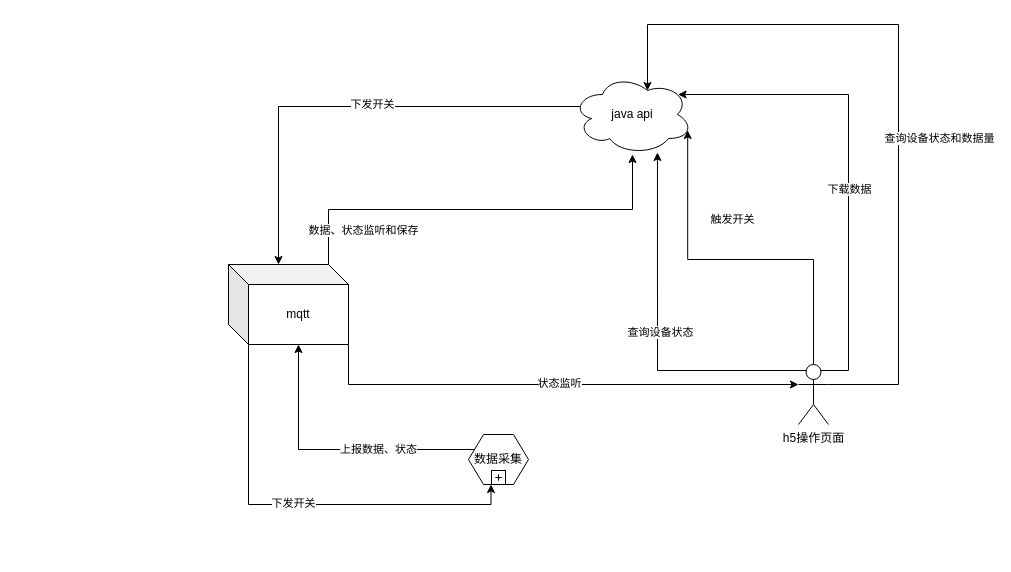
Above: Untitled Diagram.drawio in a83988029/data_collect_arch (draw.io), before the change. Source tidied: cells renumbered, new cells numbered last; positions are measured from the earlier drawing's top-left corner, leaving out a move shared by most shapes. Both pictures are drawn from the tidied source at 100%, with x=0, y=0 at pixel (228, 24).
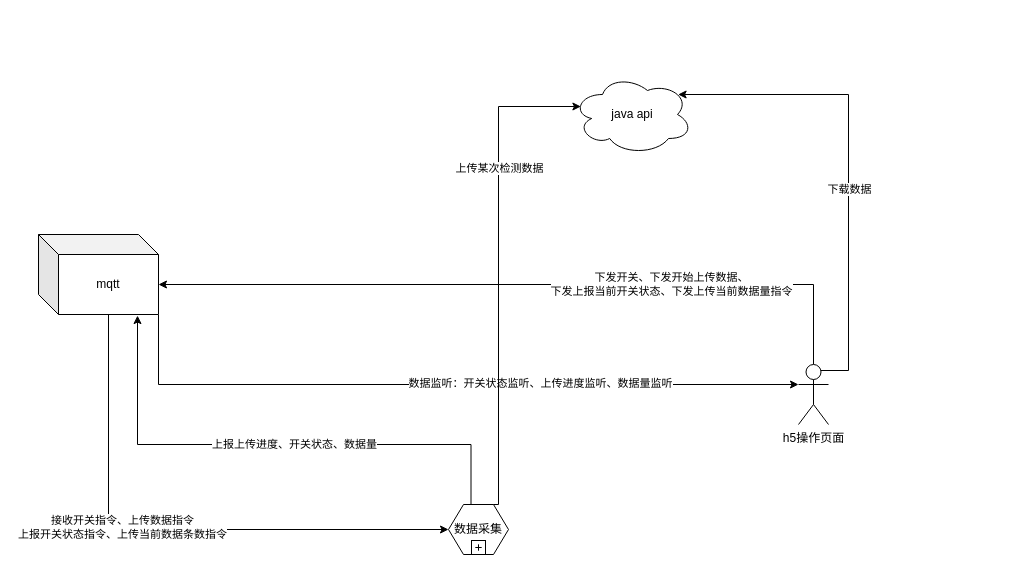
After the change.

The change refers to these unchanged cells:
```xml
<mxCell id="4" value="java api" style="ellipse;shape=cloud;whiteSpace=wrap;html=1;" parent="1" vertex="1">
  <mxGeometry x="344" y="50" width="120" height="80" as="geometry" />
</mxCell>
<mxCell id="20" value="h5操作页面" style="shape=umlActor;verticalLabelPosition=bottom;verticalAlign=top;html=1;outlineConnect=0;" parent="1" vertex="1">
  <mxGeometry x="570" y="340" width="30" height="60" as="geometry" />
</mxCell>
```

Change to the diagram source:
```diff
@@
-    <mxCell id="2" style="edgeStyle=orthogonalEdgeStyle;rounded=0;jettySize=auto;html=1;exitX=0.07;exitY=0.4;exitDx=0;exitDy=0;exitPerimeter=0;entryX=0;entryY=0;entryDx=50;entryDy=0;entryPerimeter=0;" parent="1" edge="1" source="4" target="11">
-      <mxGeometry relative="1" as="geometry" />
-    </mxCell>
-    <mxCell id="3" value="下发开关" style="edgeLabel;html=1;align=center;verticalAlign=middle;" parent="2" vertex="1">
-      <mxGeometry x="-0.09" y="-3" relative="1" as="geometry" />
-    </mxCell>
@@
-    <mxCell id="5" style="edgeStyle=orthogonalEdgeStyle;rounded=0;jettySize=auto;html=1;exitX=0;exitY=0;exitDx=100;exitDy=0;exitPerimeter=0;" parent="1" edge="1" source="11" target="4">
-      <mxGeometry relative="1" as="geometry" />
-    </mxCell>
-    <mxCell id="6" value="数据、状态监听和保存" style="edgeLabel;html=1;align=center;verticalAlign=middle;" parent="5" vertex="1">
-      <mxGeometry x="-0.57" y="-20" relative="1" as="geometry" />
-    </mxCell>
     <mxCell id="7" style="edgeStyle=orthogonalEdgeStyle;rounded=0;jettySize=auto;html=1;exitX=1;exitY=1;exitDx=0;exitDy=0;exitPerimeter=0;entryX=0;entryY=0.3333333333333333;entryDx=0;entryDy=0;entryPerimeter=0;" parent="1" edge="1" source="11" target="20">
-      <mxGeometry relative="1" as="geometry" />
+      <mxGeometry relative="1" as="geometry">
+        <Array as="points">
+          <mxPoint x="-70" y="360" />
+        </Array>
+      </mxGeometry>
     </mxCell>
-    <mxCell id="8" value="状态监听" style="edgeLabel;html=1;align=center;verticalAlign=middle;" parent="7" vertex="1">
-      <mxGeometry x="0.02" y="2" relative="1" as="geometry" />
+    <mxCell id="8" value="数据监听：开关状态监听、上传进度监听、数据量监听" style="edgeLabel;html=1;align=center;verticalAlign=middle;" parent="7" vertex="1">
+      <mxGeometry x="0.02" y="2" relative="1" as="geometry">
+        <mxPoint x="89" as="offset" />
+      </mxGeometry>
     </mxCell>
-    <mxCell id="9" style="edgeStyle=orthogonalEdgeStyle;rounded=0;jettySize=auto;html=1;exitX=0;exitY=0;exitDx=20;exitDy=80;exitPerimeter=0;entryX=0.375;entryY=1;entryDx=0;entryDy=0;" parent="1" edge="1" source="11" target="23">
+    <mxCell id="9" style="edgeStyle=orthogonalEdgeStyle;rounded=0;jettySize=auto;html=1;exitX=0;exitY=0;exitDx=70;exitDy=80;exitPerimeter=0;entryX=0;entryY=0.5;entryDx=0;entryDy=0;" parent="1" edge="1" source="11" target="23">
       <mxGeometry relative="1" as="geometry" />
     </mxCell>
-    <mxCell id="10" value="下发开关" style="edgeLabel;html=1;align=center;verticalAlign=middle;" parent="9" vertex="1">
-      <mxGeometry x="-0.25" y="44" relative="1" as="geometry" />
-    </mxCell>
+    <mxCell id="25" value="接收开关指令、上传数据指令&lt;br&gt;上报开关状态指令、上传当前数据条数指令" style="edgeLabel;html=1;align=center;verticalAlign=middle;" parent="9" vertex="1">
+      <mxGeometry x="-0.18" y="3" relative="1" as="geometry" />
+    </mxCell>
     <mxCell id="11" value="mqtt" style="shape=cube;whiteSpace=wrap;html=1;boundedLbl=1;backgroundOutline=1;darkOpacity=0.05;darkOpacity2=0.1;" parent="1" vertex="1">
-      <mxGeometry y="240" width="120" height="80" as="geometry" />
+      <mxGeometry x="-190" y="210" width="120" height="80" as="geometry" />
     </mxCell>
-    <mxCell id="12" style="edgeStyle=orthogonalEdgeStyle;rounded=0;jettySize=auto;html=1;exitX=0.5;exitY=0;exitDx=0;exitDy=0;exitPerimeter=0;entryX=0.96;entryY=0.7;entryDx=0;entryDy=0;entryPerimeter=0;" parent="1" edge="1" source="20" target="4">
-      <mxGeometry relative="1" as="geometry" />
+    <mxCell id="12" style="edgeStyle=orthogonalEdgeStyle;rounded=0;jettySize=auto;html=1;exitX=0.5;exitY=0;exitDx=0;exitDy=0;exitPerimeter=0;" parent="1" edge="1" source="20">
+      <mxGeometry relative="1" as="geometry">
+        <mxPoint x="-70" y="260" as="targetPoint" />
+        <Array as="points">
+          <mxPoint x="585" y="260" />
+        </Array>
+      </mxGeometry>
     </mxCell>
-    <mxCell id="13" value="触发开关" style="edgeLabel;html=1;align=center;verticalAlign=middle;" parent="12" vertex="1">
+    <mxCell id="13" value="下发开关、下发开始上传数据、&lt;br&gt;下发上报当前开关状态、下发上传当前数据量指令" style="edgeLabel;html=1;align=center;verticalAlign=middle;" parent="12" vertex="1">
       <mxGeometry x="-0.42" y="41" relative="1" as="geometry">
-        <mxPoint x="-41" y="-42" as="offset" />
+        <mxPoint x="-10" y="-42" as="offset" />
       </mxGeometry>
     </mxCell>
@@
-    <mxCell id="16" style="edgeStyle=orthogonalEdgeStyle;rounded=0;jettySize=auto;html=1;exitX=1;exitY=0.3333333333333333;exitDx=0;exitDy=0;exitPerimeter=0;entryX=0.625;entryY=0.2;entryDx=0;entryDy=0;entryPerimeter=0;" parent="1" edge="1" source="20" target="4">
-      <mxGeometry relative="1" as="geometry">
-        <Array as="points">
-          <mxPoint x="670" y="360" />
-          <mxPoint x="670" />
-          <mxPoint x="419" />
-        </Array>
-      </mxGeometry>
-    </mxCell>
-    <mxCell id="17" value="查询设备状态和数据量" style="edgeLabel;html=1;align=center;verticalAlign=middle;" parent="16" vertex="1">
-      <mxGeometry x="-0.15" y="1" relative="1" as="geometry">
-        <mxPoint x="41" as="offset" />
-      </mxGeometry>
-    </mxCell>
-    <mxCell id="18" style="edgeStyle=orthogonalEdgeStyle;rounded=0;jettySize=auto;html=1;exitX=0.25;exitY=0.1;exitDx=0;exitDy=0;exitPerimeter=0;entryX=0.708;entryY=0.975;entryDx=0;entryDy=0;entryPerimeter=0;" parent="1" edge="1" source="20" target="4">
-      <mxGeometry relative="1" as="geometry" />
-    </mxCell>
-    <mxCell id="19" value="查询设备状态" style="edgeLabel;html=1;align=center;verticalAlign=middle;" parent="18" vertex="1">
-      <mxGeometry x="-0.2" y="-39" relative="1" as="geometry">
-        <mxPoint x="1" as="offset" />
-      </mxGeometry>
-    </mxCell>
@@
+    <mxCell id="26" style="edgeStyle=orthogonalEdgeStyle;rounded=0;jettySize=auto;html=1;exitX=0.5;exitY=0;exitDx=0;exitDy=0;entryX=0.07;entryY=0.4;entryDx=0;entryDy=0;entryPerimeter=0;" parent="1" edge="1" source="23" target="4">
+      <mxGeometry relative="1" as="geometry">
+        <Array as="points">
+          <mxPoint x="270" y="82" />
+        </Array>
+      </mxGeometry>
+    </mxCell>
+    <mxCell id="27" value="上传某次检测数据" style="edgeLabel;html=1;align=center;verticalAlign=middle;" parent="26" vertex="1">
+      <mxGeometry x="0.48" y="3" relative="1" as="geometry">
+        <mxPoint x="3" y="13" as="offset" />
+      </mxGeometry>
+    </mxCell>
-    <mxCell id="21" style="edgeStyle=orthogonalEdgeStyle;rounded=0;jettySize=auto;html=1;exitX=0;exitY=0.25;exitDx=0;exitDy=0;entryX=0;entryY=0;entryDx=70;entryDy=80;entryPerimeter=0;" parent="1" edge="1" source="23" target="11">
-      <mxGeometry relative="1" as="geometry" />
+    <mxCell id="21" style="edgeStyle=orthogonalEdgeStyle;rounded=0;jettySize=auto;html=1;exitX=0.375;exitY=0;exitDx=0;exitDy=0;entryX=0.825;entryY=1.013;entryDx=0;entryDy=0;entryPerimeter=0;" parent="1" edge="1" source="23" target="11">
+      <mxGeometry relative="1" as="geometry">
+        <Array as="points">
+          <mxPoint x="243" y="420" />
+          <mxPoint x="-91" y="420" />
+        </Array>
+      </mxGeometry>
     </mxCell>
-    <mxCell id="22" value="上报数据、状态" style="edgeLabel;html=1;align=center;verticalAlign=middle;" parent="21" vertex="1">
-      <mxGeometry x="-0.31" y="-1" relative="1" as="geometry" />
-    </mxCell>
+    <mxCell id="28" value="上报上传进度、开关状态、数据量" style="edgeLabel;html=1;align=center;verticalAlign=middle;" parent="21" vertex="1">
+      <mxGeometry x="-0.09" y="38" relative="1" as="geometry">
+        <mxPoint x="0.5" y="-39" as="offset" />
+      </mxGeometry>
+    </mxCell>
     <mxCell id="23" value="数据采集" style="shape=hexagon;whiteSpace=wrap;html=1;perimeter=hexagonPerimeter;rounded=0;" parent="1" vertex="1">
-      <mxGeometry x="240" y="410" width="60" height="50" as="geometry" />
+      <mxGeometry x="220" y="480" width="60" height="50" as="geometry" />
     </mxCell>
```
